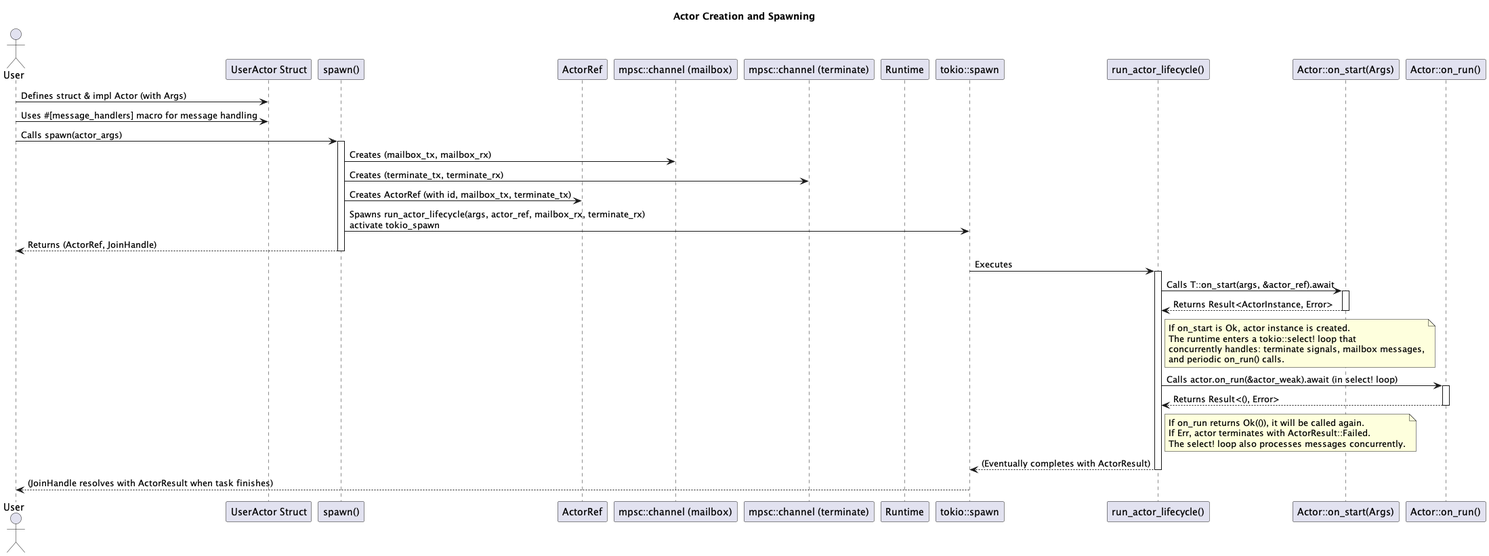
hiking90/rsactor keeps this PlantUML diagram as docs/Actor Creation and Spawning.png. Above is the earlier version.
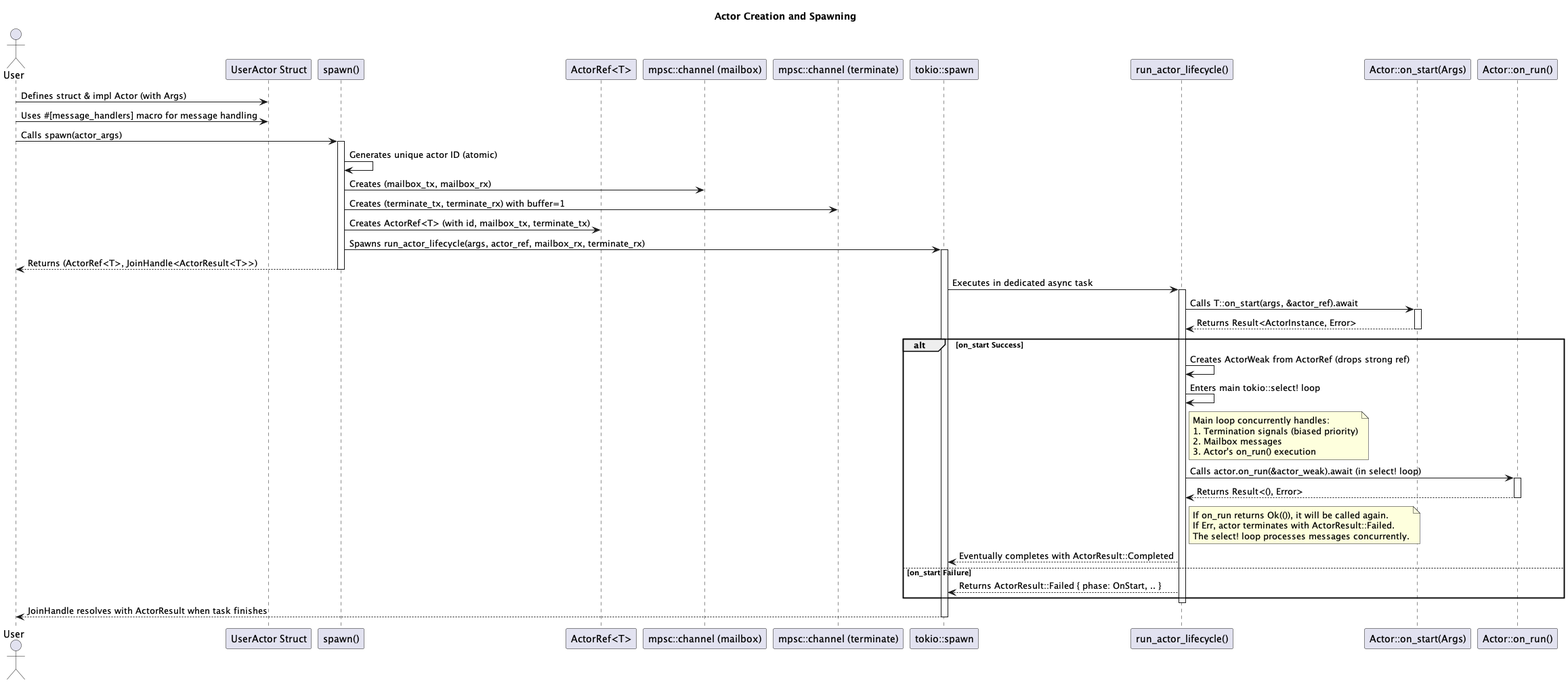
After the commit.

What changed in the source:
```diff
@@ -4,10 +4,9 @@
 actor User
 participant "UserActor Struct" as UserActor
 participant "spawn()" as spawn_func
-participant "ActorRef" as ActorRef_type
+participant "ActorRef<T>" as ActorRef_type
 participant "mpsc::channel (mailbox)" as MailboxChannel
 participant "mpsc::channel (terminate)" as TerminateChannel
-participant "Runtime" as Runtime_type
 participant "tokio::spawn" as tokio_spawn
 participant "run_actor_lifecycle()" as run_lifecycle
 participant "Actor::on_start(Args)" as on_start_method
@@ -18,39 +17,50 @@
 User -> spawn_func: Calls spawn(actor_args)
 activate spawn_func
 
+spawn_func -> spawn_func: Generates unique actor ID (atomic)
 spawn_func -> MailboxChannel: Creates (mailbox_tx, mailbox_rx)
-spawn_func -> TerminateChannel: Creates (terminate_tx, terminate_rx)
-spawn_func -> ActorRef_type: Creates ActorRef (with id, mailbox_tx, terminate_tx)
-spawn_func -> tokio_spawn: Spawns run_actor_lifecycle(args, actor_ref, mailbox_rx, terminate_rx)\nactivate tokio_spawn
-spawn_func --> User: Returns (ActorRef, JoinHandle)
+spawn_func -> TerminateChannel: Creates (terminate_tx, terminate_rx) with buffer=1
+spawn_func -> ActorRef_type: Creates ActorRef<T> (with id, mailbox_tx, terminate_tx)
+spawn_func -> tokio_spawn: Spawns run_actor_lifecycle(args, actor_ref, mailbox_rx, terminate_rx)
+activate tokio_spawn
+spawn_func --> User: Returns (ActorRef<T>, JoinHandle<ActorResult<T>>)
 deactivate spawn_func
 
-tokio_spawn -> run_lifecycle: Executes
+tokio_spawn -> run_lifecycle: Executes in dedicated async task
 activate run_lifecycle
 run_lifecycle -> on_start_method: Calls T::on_start(args, &actor_ref).await
 activate on_start_method
 on_start_method --> run_lifecycle: Returns Result<ActorInstance, Error>
 deactivate on_start_method
 
-note right of run_lifecycle
-  If on_start is Ok, actor instance is created.
-  The runtime enters a tokio::select! loop that
-  concurrently handles: terminate signals, mailbox messages,
-  and periodic on_run() calls.
-end note
-run_lifecycle -> on_run_method: Calls actor.on_run(&actor_weak).await (in select! loop)
-activate on_run_method
-on_run_method --> run_lifecycle: Returns Result<(), Error>
-deactivate on_run_method
-note right of run_lifecycle
-  If on_run returns Ok(()), it will be called again.
-  If Err, actor terminates with ActorResult::Failed.
-  The select! loop also processes messages concurrently.
-end note
+alt on_start Success
+  run_lifecycle -> run_lifecycle: Creates ActorWeak from ActorRef (drops strong ref)
+  run_lifecycle -> run_lifecycle: Enters main tokio::select! loop
+  note right of run_lifecycle
+    Main loop concurrently handles:
+    1. Termination signals (biased priority)
+    2. Mailbox messages
+    3. Actor's on_run() execution
+  end note
 
-run_lifecycle --> tokio_spawn: (Eventually completes with ActorResult)
+  run_lifecycle -> on_run_method: Calls actor.on_run(&actor_weak).await (in select! loop)
+  activate on_run_method
+  on_run_method --> run_lifecycle: Returns Result<(), Error>
+  deactivate on_run_method
+
+  note right of run_lifecycle
+    If on_run returns Ok(()), it will be called again.
+    If Err, actor terminates with ActorResult::Failed.
+    The select! loop processes messages concurrently.
+  end note
+
+  run_lifecycle --> tokio_spawn: Eventually completes with ActorResult::Completed
+else on_start Failure
+  run_lifecycle --> tokio_spawn: Returns ActorResult::Failed { phase: OnStart, .. }
+end
+
 deactivate run_lifecycle
-tokio_spawn --> User: (JoinHandle resolves with ActorResult when task finishes)
+tokio_spawn --> User: JoinHandle resolves with ActorResult when task finishes
 deactivate tokio_spawn
 
 @enduml
```
